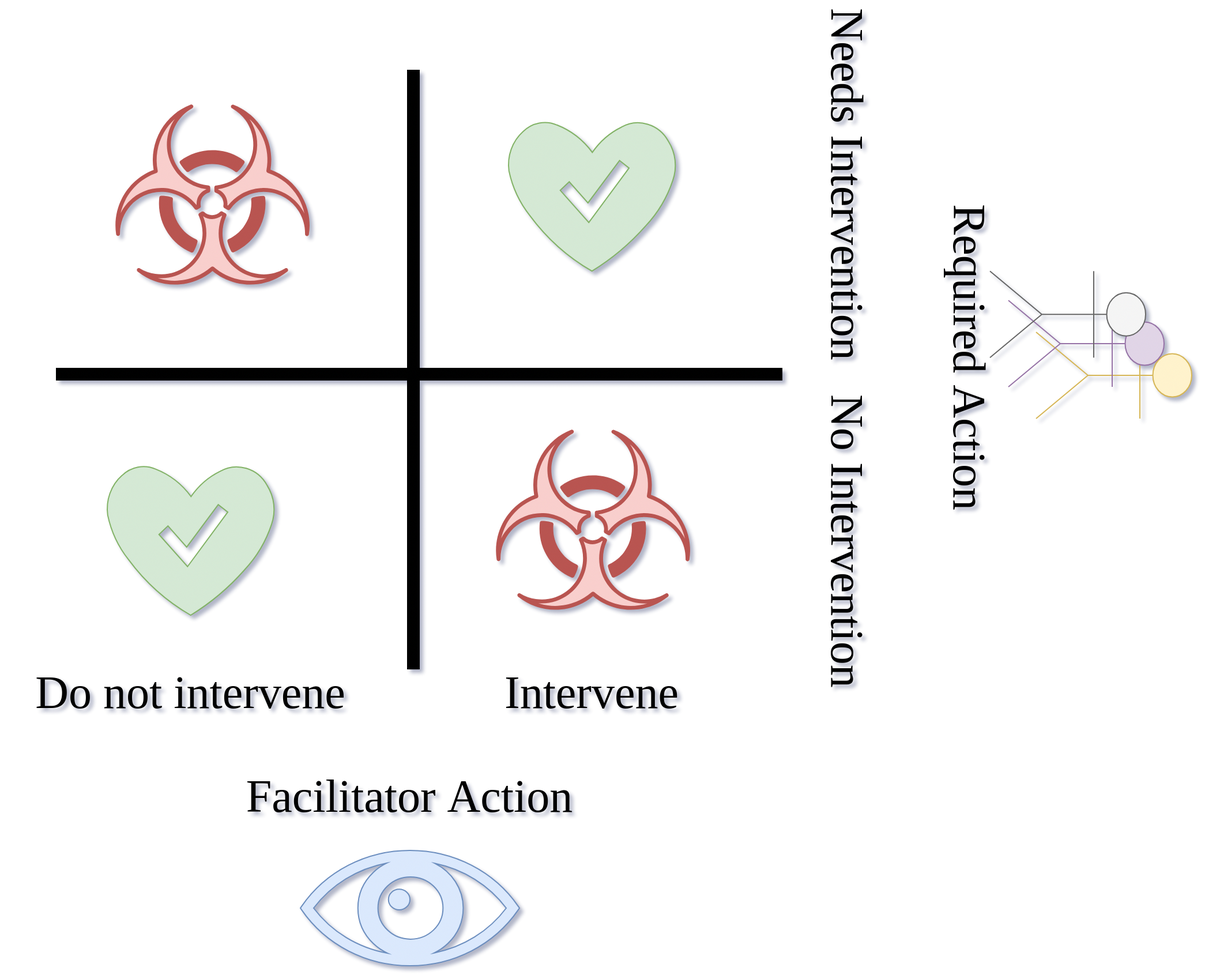
Before: graphs/intro.drawio.png, a diagram exported from draw.io (dimits-ts/interventions). Source tidied: cells renumbered, new cells last; positions are measured from the earlier drawing's top-left corner, leaving out a move shared by most shapes.
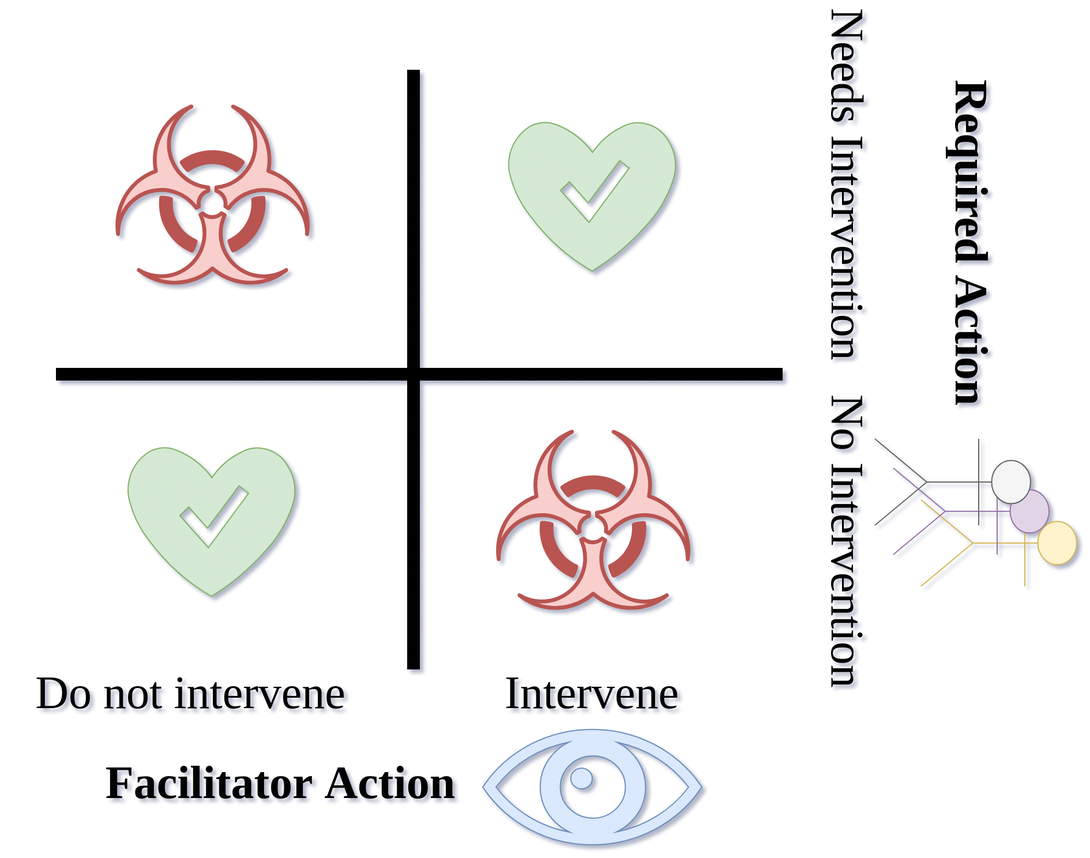
The same file after the commit.

Diff of the diagram source:
```diff
@@ -2,11 +2,8 @@
   <root>
     <mxCell id="0" />
     <mxCell id="1" parent="0" />
-    <mxCell id="2" style="shape=umlActor;verticalLabelPosition=bottom;verticalAlign=top;html=1;direction=south;fillColor=#fff2cc;strokeColor=#d6b656;" parent="1" vertex="1">
-      <mxGeometry x="898" y="287.5" width="135" height="75" as="geometry" />
-    </mxCell>
     <mxCell id="3" style="shape=mxgraph.signs.healthcare.eye;html=1;fillColor=#dae8fc;strokeColor=#6c8ebf;verticalLabelPosition=bottom;verticalAlign=top;align=center;" parent="1" vertex="1">
-      <mxGeometry x="260" y="737" width="190" height="100" as="geometry" />
+      <mxGeometry x="418" y="632" width="190" height="100" as="geometry" />
     </mxCell>
     <mxCell id="4" style="endArrow=none;html=1;rounded=0;strokeWidth=11;" parent="1" edge="1">
       <mxGeometry relative="1" as="geometry">
@@ -20,15 +17,12 @@
         <mxPoint x="48" y="324" as="targetPoint" />
       </mxGeometry>
     </mxCell>
-    <mxCell id="6" value="&lt;font face=&quot;Times New Roman&quot; style=&quot;font-size: 40px;&quot;&gt;Facilitator Action&lt;/font&gt;" style="text;html=1;whiteSpace=wrap;strokeColor=none;fillColor=none;align=center;verticalAlign=middle;rounded=0;" parent="1" vertex="1">
-      <mxGeometry x="190" y="657" width="330" height="65" as="geometry" />
+    <mxCell id="6" value="&lt;b&gt;&lt;font face=&quot;Times New Roman&quot; style=&quot;font-size: 40px;&quot;&gt;Facilitator Action&lt;/font&gt;&lt;/b&gt;" style="text;html=1;whiteSpace=wrap;strokeColor=none;fillColor=none;align=center;verticalAlign=middle;rounded=0;" parent="1" vertex="1">
+      <mxGeometry x="78" y="645" width="330" height="65" as="geometry" />
     </mxCell>
-    <mxCell id="7" value="&lt;font face=&quot;Times New Roman&quot; style=&quot;font-size: 40px;&quot;&gt;Required Action&lt;/font&gt;" style="text;whiteSpace=wrap;html=1;textDirection=vertical-lr;" parent="1" vertex="1">
-      <mxGeometry x="814" y="170" width="60" height="310" as="geometry" />
+    <mxCell id="7" value="&lt;font face=&quot;Times New Roman&quot; style=&quot;font-size: 40px;&quot;&gt;&lt;b&gt;Required Action&lt;/b&gt;&lt;/font&gt;" style="text;whiteSpace=wrap;html=1;textDirection=vertical-lr;" parent="1" vertex="1">
+      <mxGeometry x="815.5" y="62" width="60" height="310" as="geometry" />
     </mxCell>
-    <mxCell id="8" style="shape=umlActor;verticalLabelPosition=bottom;verticalAlign=top;html=1;direction=south;fillColor=#e1d5e7;strokeColor=#9673a6;" parent="1" vertex="1">
-      <mxGeometry x="874" y="260" width="135" height="75" as="geometry" />
-    </mxCell>
     <mxCell id="9" style="shape=mxgraph.networks2.icon;fillColor=#f8cecc;strokeColor=#b85450;network2IconShadow=1;network2bgFillColor=none;labelPosition=center;verticalLabelPosition=bottom;align=center;verticalAlign=top;network2Icon=mxgraph.networks2.biohazard;network2IconXOffset=-0.0048;network2IconYOffset=-0.001;network2IconW=1.0124;network2IconH=0.93;" parent="1" vertex="1">
       <mxGeometry x="98" y="90" width="170" height="156.2" as="geometry" />
     </mxCell>
@@ -48,13 +42,22 @@
       <mxGeometry x="428" y="372" width="170" height="156.2" as="geometry" />
     </mxCell>
     <mxCell id="15" style="sketch=0;shadow=0;dashed=0;html=1;strokeColor=#82b366;labelPosition=center;verticalLabelPosition=bottom;verticalAlign=top;align=center;fillColor=#d5e8d4;shape=mxgraph.azure.healthy;" parent="1" vertex="1">
-      <mxGeometry x="91.1" y="400" width="147.8" height="133" as="geometry" />
+      <mxGeometry x="109.1" y="383.6" width="147.8" height="133" as="geometry" />
     </mxCell>
     <mxCell id="16" style="sketch=0;shadow=0;dashed=0;html=1;strokeColor=#82b366;labelPosition=center;verticalLabelPosition=bottom;verticalAlign=top;align=center;fillColor=#d5e8d4;shape=mxgraph.azure.healthy;" parent="1" vertex="1">
       <mxGeometry x="439.1" y="101.6" width="147.8" height="133" as="geometry" />
     </mxCell>
+    <mxCell id="18" style="group;" parent="1" vertex="1">
+      <mxGeometry x="758" y="380" width="175" height="127.9" as="geometry" />
+    </mxCell>
+    <mxCell id="2" style="shape=umlActor;verticalLabelPosition=bottom;verticalAlign=top;html=1;direction=south;fillColor=#fff2cc;strokeColor=#d6b656;" parent="18" vertex="1">
+      <mxGeometry x="40" y="52.9" width="135" height="75" as="geometry" />
+    </mxCell>
+    <mxCell id="8" style="shape=umlActor;verticalLabelPosition=bottom;verticalAlign=top;html=1;direction=south;fillColor=#e1d5e7;strokeColor=#9673a6;" parent="18" vertex="1">
+      <mxGeometry x="16" y="25.4" width="135" height="75" as="geometry" />
+    </mxCell>
-    <mxCell id="17" style="shape=umlActor;verticalLabelPosition=bottom;verticalAlign=top;html=1;direction=south;fillColor=#f5f5f5;strokeColor=#666666;fontColor=#333333;" parent="1" vertex="1">
-      <mxGeometry x="858" y="234.6" width="135" height="75" as="geometry" />
+    <mxCell id="17" style="shape=umlActor;verticalLabelPosition=bottom;verticalAlign=top;html=1;direction=south;fillColor=#f5f5f5;strokeColor=#666666;fontColor=#333333;" parent="18" vertex="1">
+      <mxGeometry width="135" height="75" as="geometry" />
     </mxCell>
   </root>
 </mxGraphModel>
```
